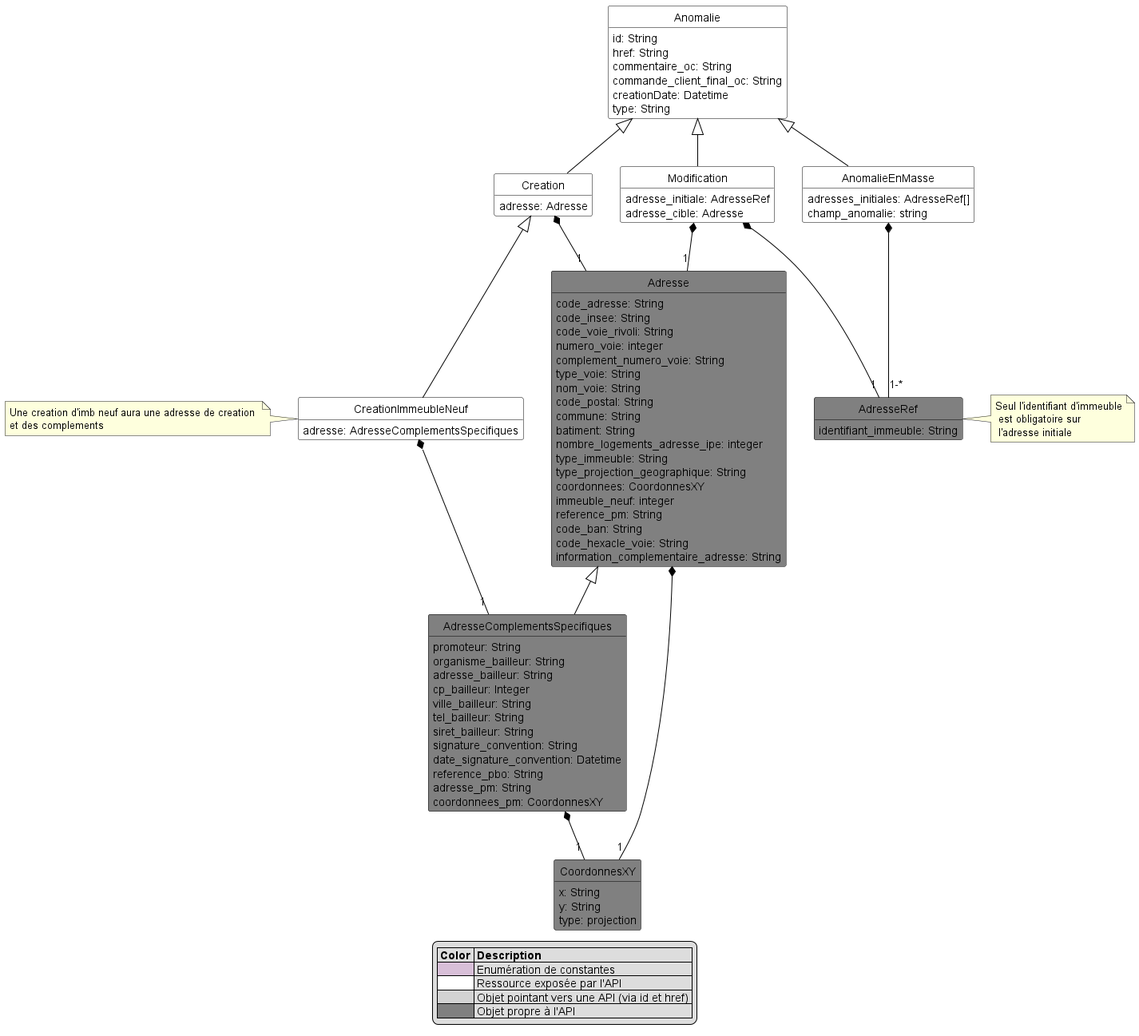
The PlantUML diagram image/model.png in before-interop/anomalieAdresse, before a commit.
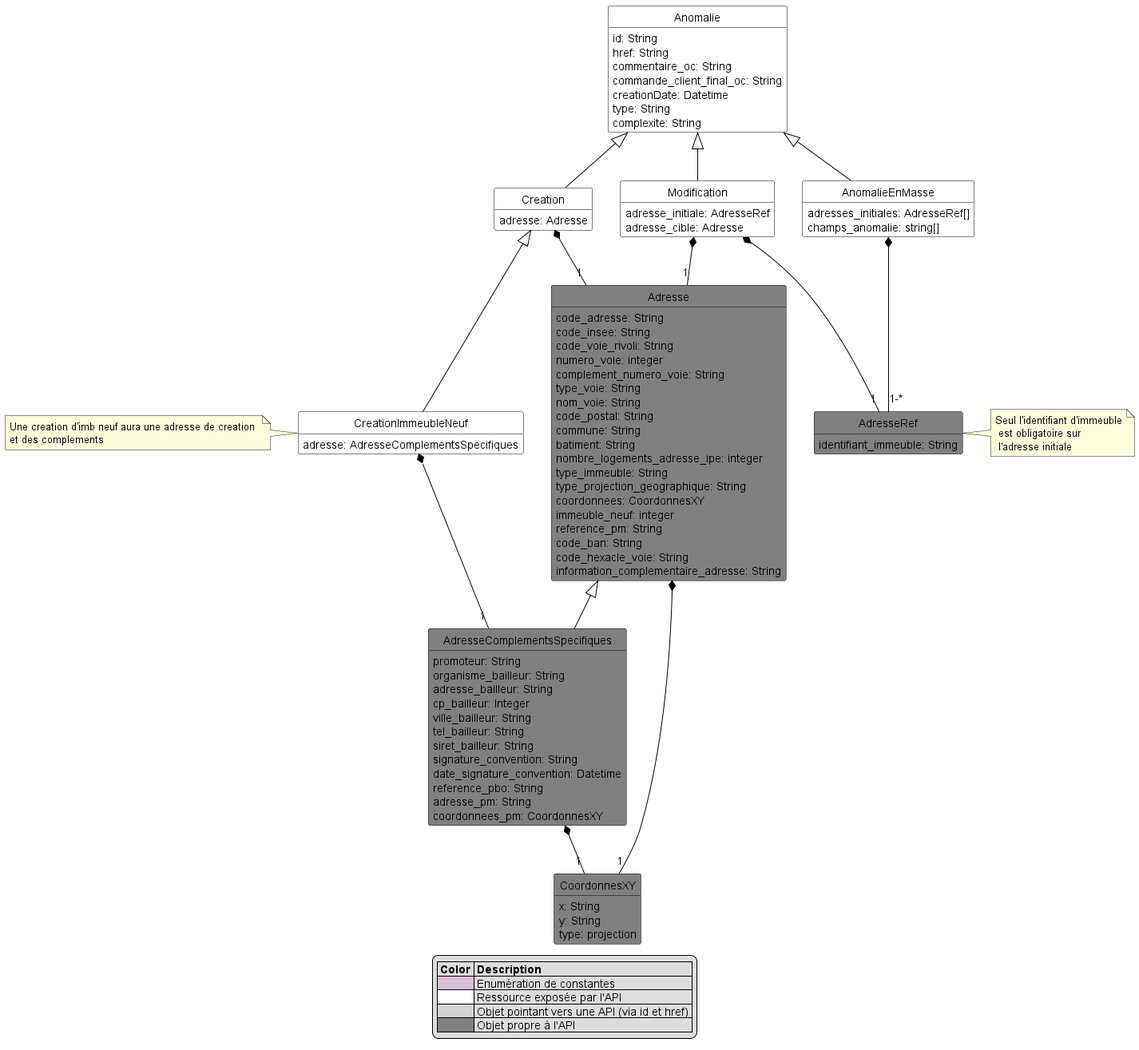
The same diagram one commit later.

Commit message:
ajout champ complexite dans anomalie adresse

Change to the diagram source:
```diff
@@ -19,6 +19,7 @@
     commande_client_final_oc: String
     creationDate: Datetime
     type: String
+    complexite: String
 }
 
 class Creation <<Pivot>> {
@@ -40,7 +41,7 @@
 }
 class AnomalieEnMasse <<Pivot>> {
     adresses_initiales: AdresseRef[]
-    champ_anomalie: string
+    champs_anomalie: string[]
 }
 Anomalie <|-- Modification
 Anomalie <|-- AnomalieEnMasse
```
